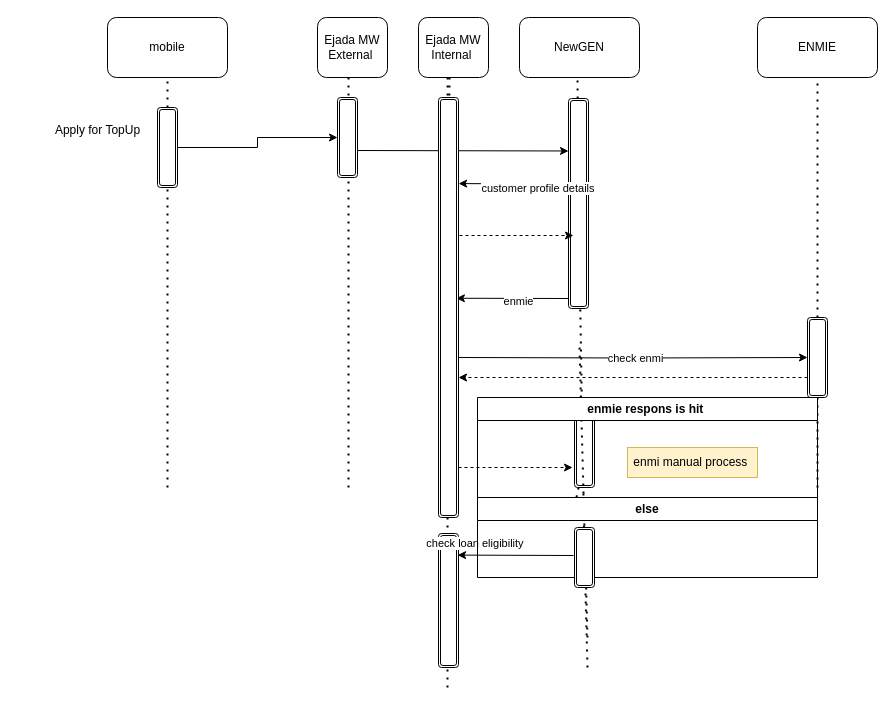
Before: page "Page-2" (2 of 5) of lead flow.drawio in MHosnii/DrawIo, a draw.io diagram. Source tidied: cells renumbered, new cells numbered last; positions are measured from the earlier drawing's top-left corner, leaving out a move shared by most shapes. Both pictures are drawn from the tidied source at 100%, with x=0, y=0 at pixel (42, 17).
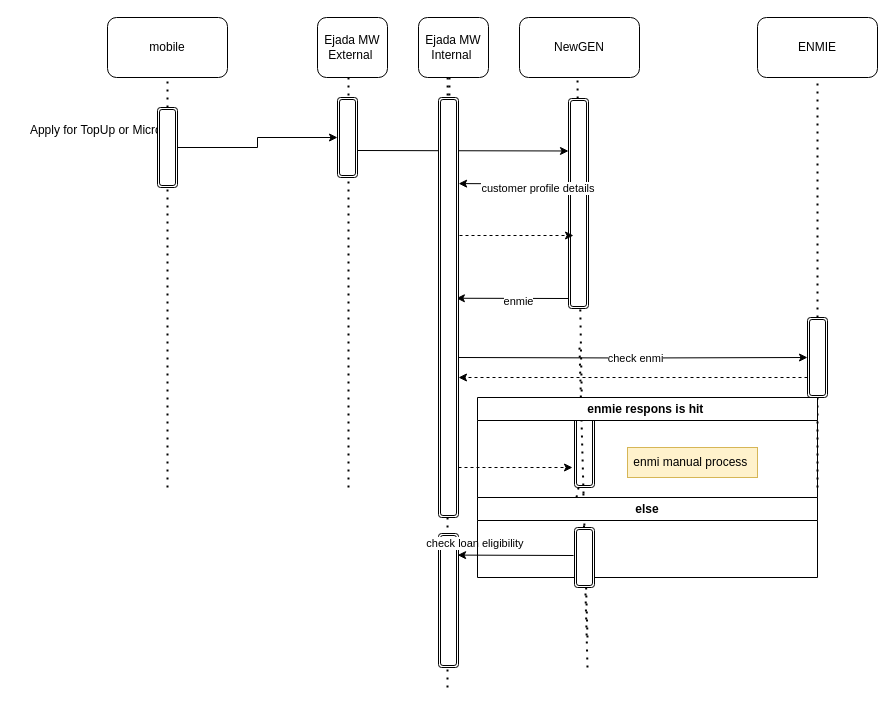
After the change.

What changed in the source:
```diff
@@
-    <mxCell id="8" value="Apply for TopUp" style="text;html=1;align=center;verticalAlign=middle;strokeColor=none;fillColor=none;" parent="1" vertex="1">
-      <mxGeometry y="98" width="110" height="30" as="geometry" />
+    <mxCell id="8" value="Apply for TopUp or Micro&amp;nbsp;" style="text;html=1;align=center;verticalAlign=middle;strokeColor=none;fillColor=none;" parent="1" vertex="1">
+      <mxGeometry x="-25" y="98" width="160" height="30" as="geometry" />
     </mxCell>
```
